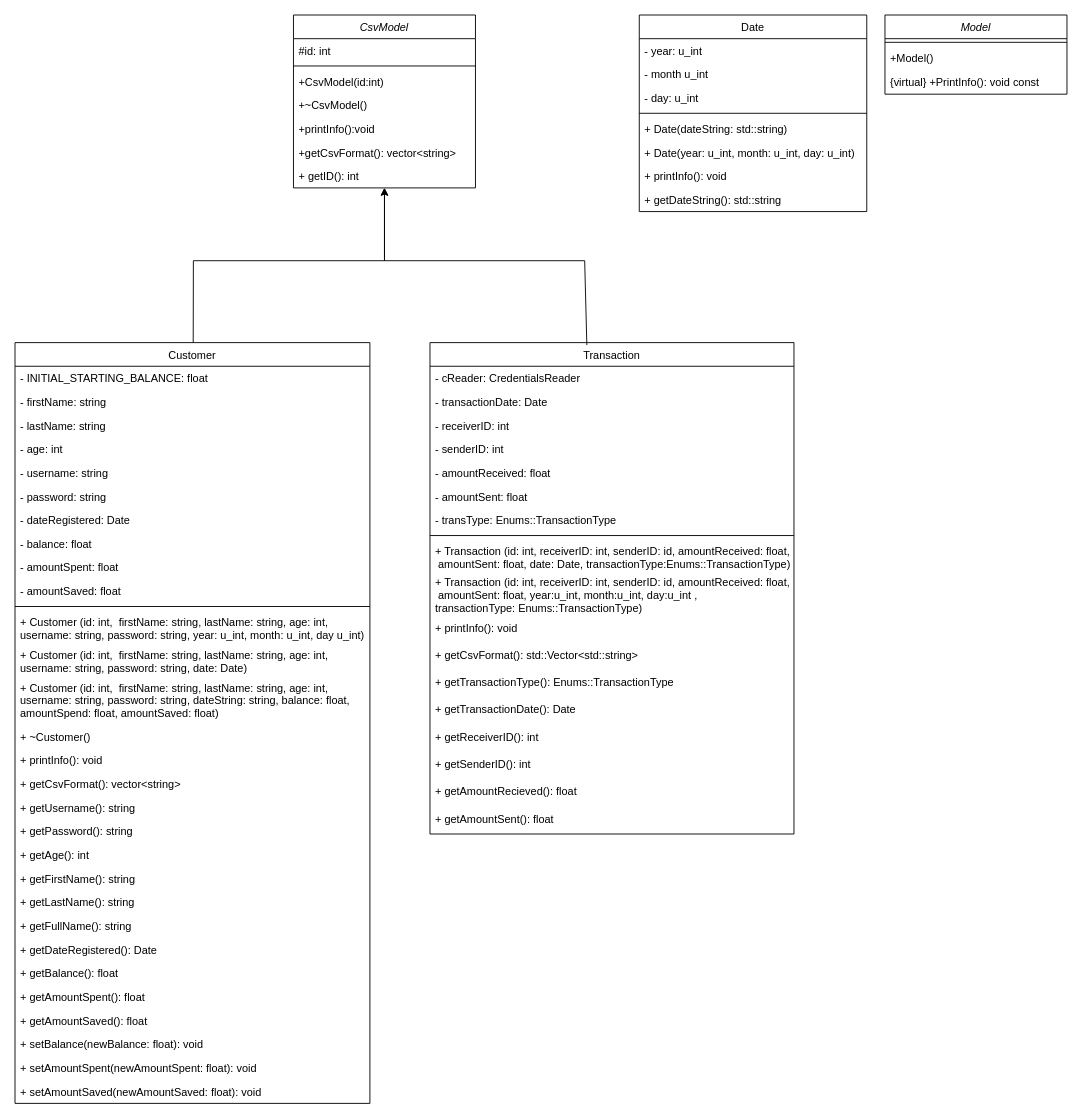
The draw.io diagram page "model" (1 of 5) of data/UML.drawio in rawsashimi1604/1009_BankingSystem, before the edit. Source tidied: cells renumbered, new cells numbered last; positions are measured from the earlier drawing's top-left corner, leaving out a move shared by most shapes. Both pictures are drawn from the tidied source at 91%, with x=0, y=0 at pixel (15, 15).
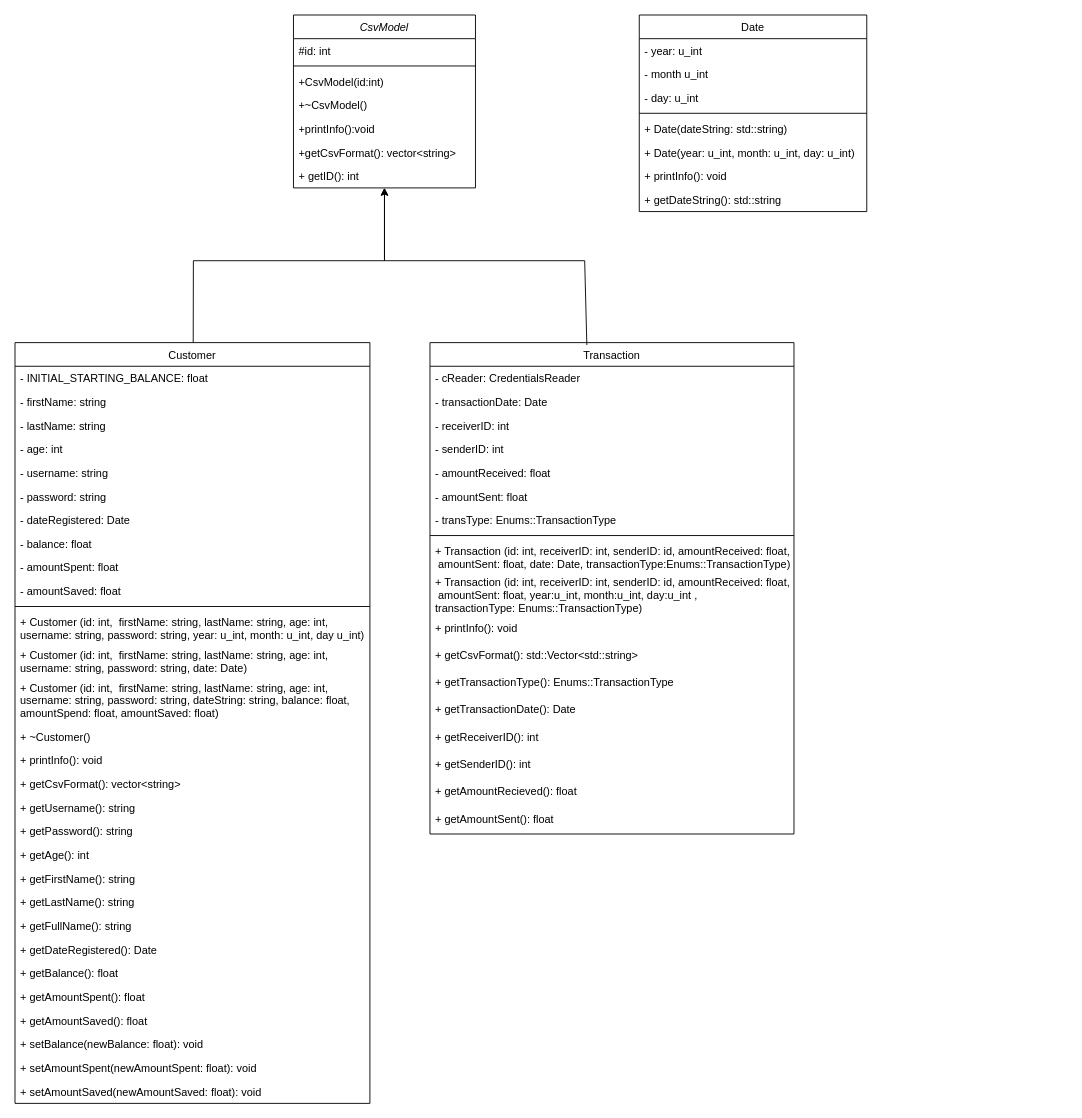
The same diagram, later.

The edit, as a diff of the source:
```diff
@@
-    <mxCell id="71" value="Model" style="swimlane;fontStyle=2;align=center;verticalAlign=top;horizontal=1;startSize=26;rounded=0;shadow=0;strokeWidth=1;" parent="1" vertex="1">
-      <mxGeometry x="956" width="200" height="87" as="geometry" />
-    </mxCell>
-    <mxCell id="72" style="line;html=1;strokeWidth=1;align=left;verticalAlign=middle;spacingTop=-1;spacingLeft=3;spacingRight=3;labelPosition=right;" parent="71" vertex="1">
-      <mxGeometry y="26" width="200" height="8" as="geometry" />
-    </mxCell>
-    <mxCell id="73" value="+Model()" style="text;align=left;verticalAlign=top;spacingLeft=4;spacingRight=4;overflow=hidden;rounded=0;shadow=0;html=0;" parent="71" vertex="1">
-      <mxGeometry y="34" width="200" height="26" as="geometry" />
-    </mxCell>
-    <mxCell id="74" value="{virtual} +PrintInfo(): void const" style="text;align=left;verticalAlign=top;spacingLeft=4;spacingRight=4;overflow=hidden;rounded=0;shadow=0;html=0;" parent="71" vertex="1">
-      <mxGeometry y="60" width="200" height="26" as="geometry" />
-    </mxCell>
```
